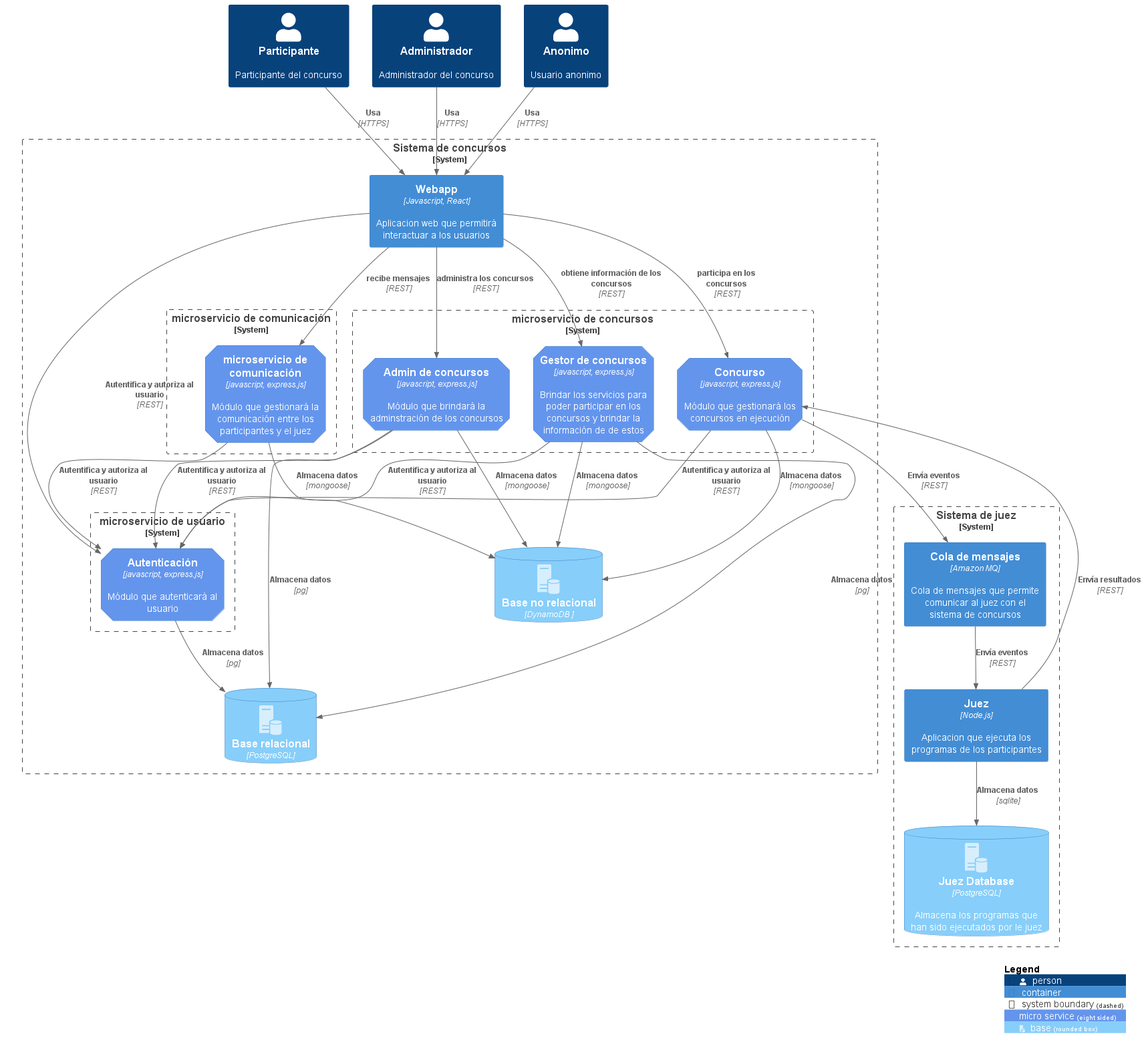
Above: diagrams/diagrama arquitectura.png in ulima-arqui-sw/arquisoftware-grupo02 (PlantUML), before the change.
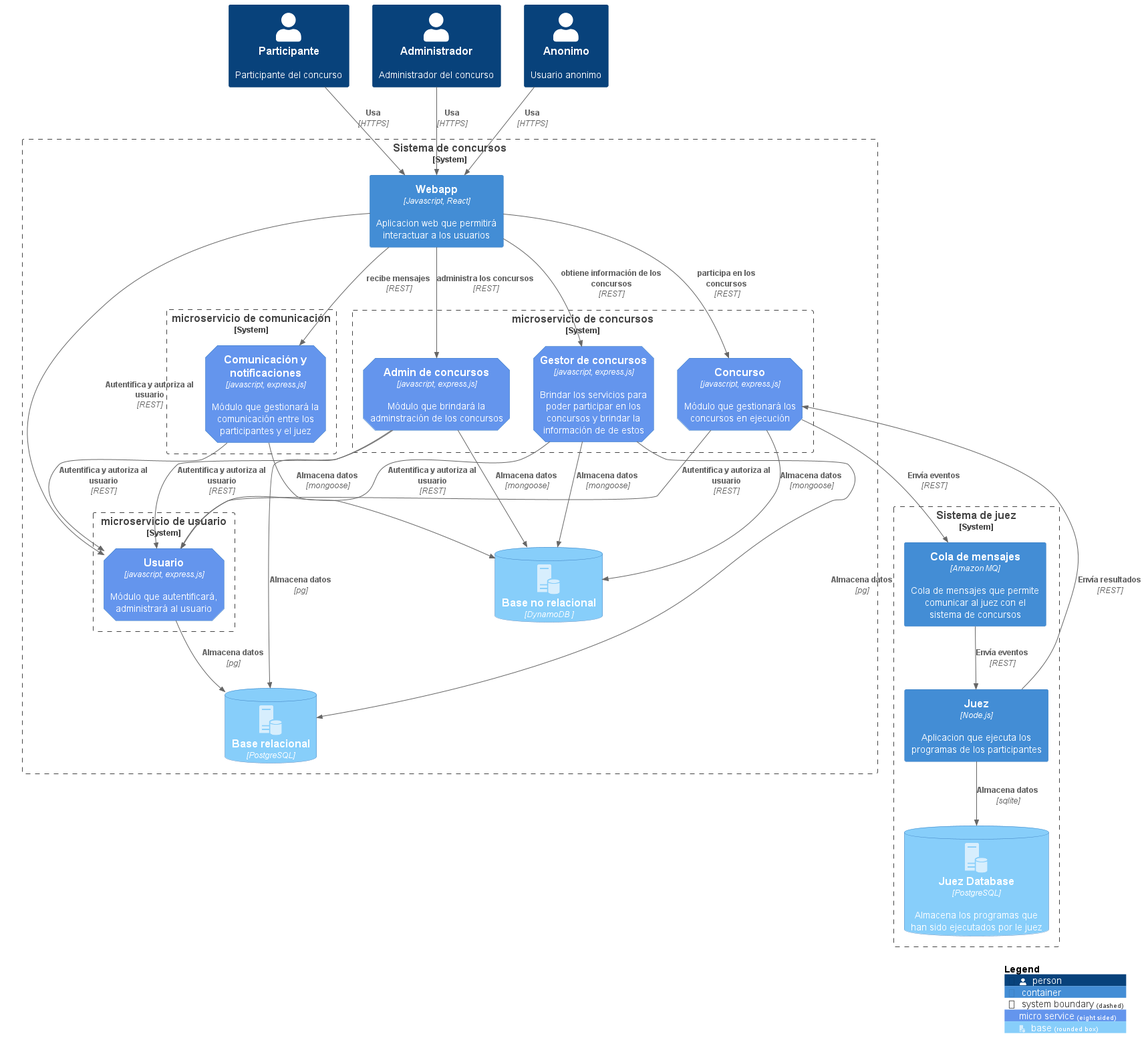
The same file after the commit.

Diff of the diagram source:
```diff
@@ -31,11 +31,11 @@
     }
 
     System_Boundary(c1_2, "microservicio de comunicación"){
-        Container(comunicacion, "microservicio de comunicación", "javascript, express.js", "Módulo que gestionará la comunicación entre los participantes y el juez", $tags = "servicios")
+        Container(comunicacion, "Comunicación y notificaciones", "javascript, express.js", "Módulo que gestionará la comunicación entre los participantes y el juez", $tags = "servicios")
     }
 
     System_Boundary(c1_3, "microservicio de usuario"){
-        Container(auth, "Autenticación", "javascript, express.js", "Módulo que autenticará al usuario", $tags = "servicios")
+        Container(auth, "Usuario", "javascript, express.js", "Módulo que autentificará, administrará al usuario", $tags = "servicios")
     }
     ContainerDb(norelational_db, "Base no relacional", "DynamoDB ", "", $tags = "base")
     ContainerDb(relational_db, "Base relacional", "PostgreSQL", "", $tags = "base")
```
